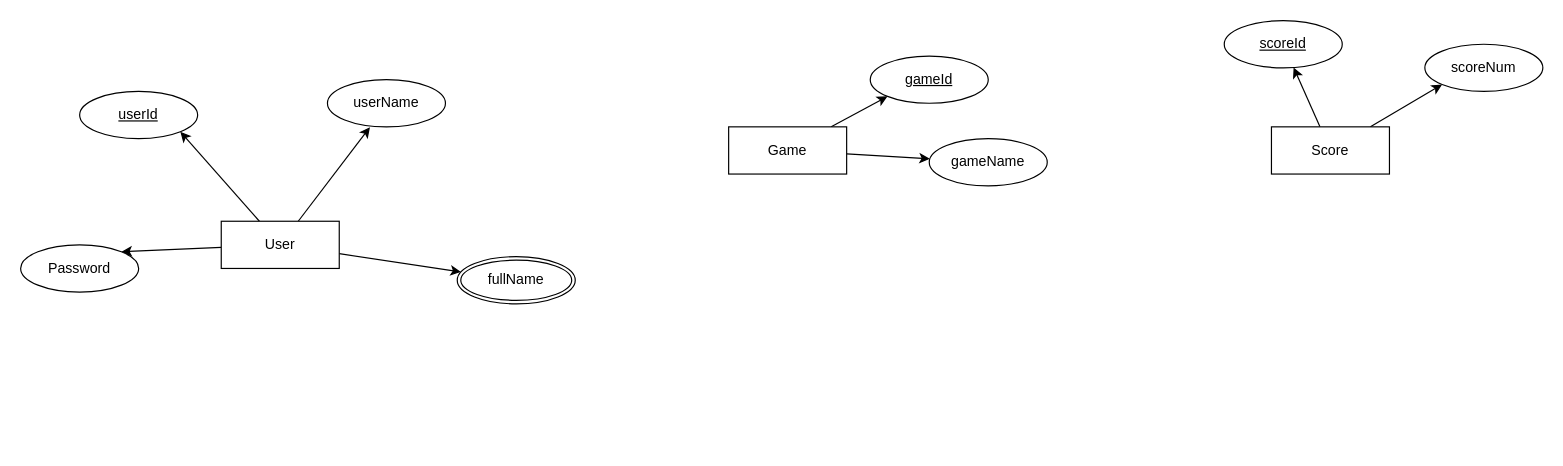
Before: ERD/ERD.drawio in Programming-School-Pro-Coding/Final-Project, a draw.io diagram. Source tidied: cells renumbered, new cells numbered last; positions are measured from the earlier drawing's top-left corner, leaving out a move shared by most shapes. Both pictures are drawn from the tidied source at 118%, with x=0, y=0 at pixel (20, 20).
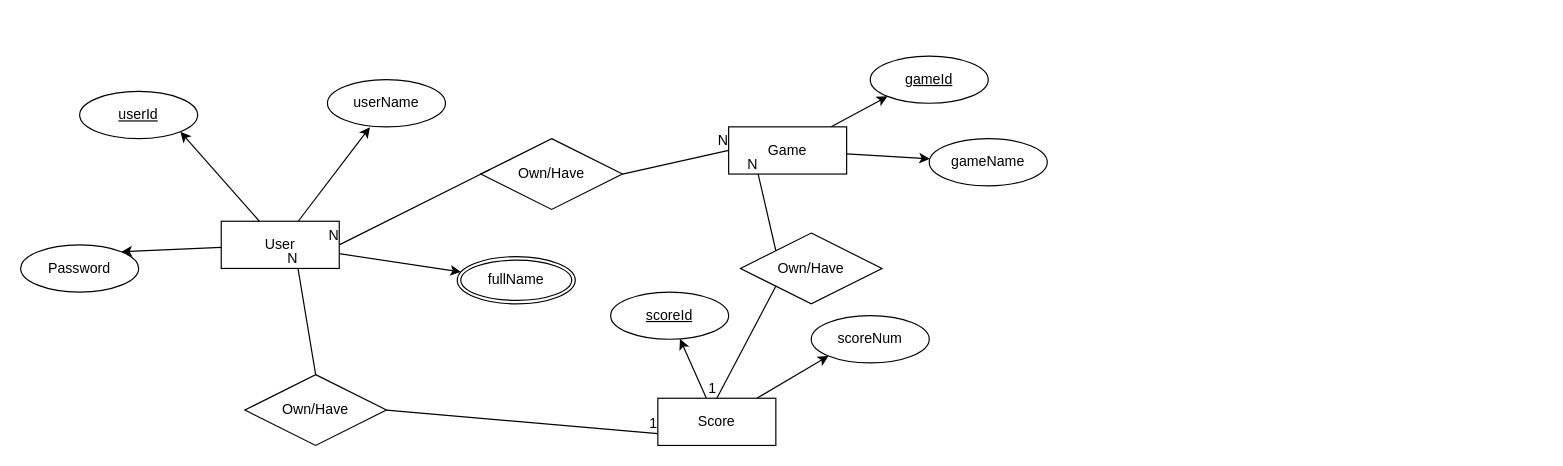
The same diagram, later.

Commit message:
ERD With Adding of Relation Ship

The change refers to these unchanged cells:
```xml
<mxCell id="6" value="User" style="whiteSpace=wrap;html=1;align=center;" parent="1" vertex="1">
  <mxGeometry x="170" y="170" width="100" height="40" as="geometry" />
</mxCell>
<mxCell id="13" value="Game" style="whiteSpace=wrap;html=1;align=center;" parent="1" vertex="1">
  <mxGeometry x="600" y="90" width="100" height="40" as="geometry" />
</mxCell>
```

What changed in the source:
```diff
@@
     <mxCell id="18" value="Score" style="whiteSpace=wrap;html=1;align=center;" parent="1" vertex="1">
-      <mxGeometry x="1060" y="90" width="100" height="40" as="geometry" />
+      <mxGeometry x="540" y="320" width="100" height="40" as="geometry" />
     </mxCell>
     <mxCell id="19" value="scoreId" style="ellipse;whiteSpace=wrap;html=1;align=center;fontStyle=4;" parent="1" vertex="1">
-      <mxGeometry x="1020" width="100" height="40" as="geometry" />
+      <mxGeometry x="500" y="230" width="100" height="40" as="geometry" />
     </mxCell>
     <mxCell id="20" value="scoreNum" style="ellipse;whiteSpace=wrap;html=1;align=center;" parent="1" vertex="1">
-      <mxGeometry x="1190" y="20" width="100" height="40" as="geometry" />
+      <mxGeometry x="670" y="250" width="100" height="40" as="geometry" />
     </mxCell>
+    <mxCell id="21" value="Own/Have" style="shape=rhombus;perimeter=rhombusPerimeter;whiteSpace=wrap;html=1;align=center;" parent="1" vertex="1">
+      <mxGeometry x="390" y="100" width="120" height="60" as="geometry" />
+    </mxCell>
+    <mxCell id="22" style="endArrow=none;html=1;rounded=0;entryX=0;entryY=0.5;entryDx=0;entryDy=0;exitX=1;exitY=0.5;exitDx=0;exitDy=0;" parent="1" edge="1" source="21" target="13">
+      <mxGeometry relative="1" as="geometry" />
+    </mxCell>
+    <mxCell id="23" value="N" style="html=1;align=right;verticalAlign=bottom;" parent="22" vertex="1">
+      <mxGeometry x="1" relative="1" as="geometry" />
+    </mxCell>
+    <mxCell id="24" style="endArrow=none;html=1;rounded=0;entryX=1;entryY=0.5;entryDx=0;entryDy=0;exitX=0.065;exitY=0.435;exitDx=0;exitDy=0;exitPerimeter=0;" parent="1" edge="1" source="21" target="6">
+      <mxGeometry relative="1" as="geometry" />
+    </mxCell>
+    <mxCell id="25" value="N" style="html=1;align=right;verticalAlign=bottom;" parent="24" vertex="1">
+      <mxGeometry x="1" relative="1" as="geometry" />
+    </mxCell>
+    <mxCell id="26" value="Own/Have" style="shape=rhombus;perimeter=rhombusPerimeter;whiteSpace=wrap;html=1;align=center;" parent="1" vertex="1">
+      <mxGeometry x="610" y="180" width="120" height="60" as="geometry" />
+    </mxCell>
+    <mxCell id="27" style="endArrow=none;html=1;rounded=0;entryX=0.25;entryY=1;entryDx=0;entryDy=0;exitX=0;exitY=0;exitDx=0;exitDy=0;" parent="1" edge="1" source="26" target="13">
+      <mxGeometry relative="1" as="geometry" />
+    </mxCell>
+    <mxCell id="28" value="N" style="html=1;align=right;verticalAlign=bottom;" parent="27" vertex="1">
+      <mxGeometry x="1" relative="1" as="geometry" />
+    </mxCell>
+    <mxCell id="29" style="endArrow=none;html=1;rounded=0;entryX=0.5;entryY=0;entryDx=0;entryDy=0;exitX=0;exitY=1;exitDx=0;exitDy=0;" parent="1" edge="1" source="26" target="18">
+      <mxGeometry relative="1" as="geometry" />
+    </mxCell>
+    <mxCell id="30" value="1" style="html=1;align=right;verticalAlign=bottom;" parent="29" vertex="1">
+      <mxGeometry x="1" relative="1" as="geometry" />
+    </mxCell>
+    <mxCell id="31" value="Own/Have" style="shape=rhombus;perimeter=rhombusPerimeter;whiteSpace=wrap;html=1;align=center;" parent="1" vertex="1">
+      <mxGeometry x="190" y="300" width="120" height="60" as="geometry" />
+    </mxCell>
+    <mxCell id="32" style="endArrow=none;html=1;rounded=0;entryX=0.65;entryY=0.995;entryDx=0;entryDy=0;entryPerimeter=0;exitX=0.5;exitY=0;exitDx=0;exitDy=0;" parent="1" edge="1" source="31" target="6">
+      <mxGeometry relative="1" as="geometry" />
+    </mxCell>
+    <mxCell id="33" value="N" style="html=1;align=right;verticalAlign=bottom;" parent="32" vertex="1">
+      <mxGeometry x="1" relative="1" as="geometry" />
+    </mxCell>
+    <mxCell id="34" style="endArrow=none;html=1;rounded=0;entryX=0;entryY=0.75;entryDx=0;entryDy=0;exitX=1;exitY=0.5;exitDx=0;exitDy=0;" parent="1" edge="1" source="31" target="18">
+      <mxGeometry relative="1" as="geometry" />
+    </mxCell>
+    <mxCell id="35" value="1" style="html=1;align=right;verticalAlign=bottom;" parent="34" vertex="1">
+      <mxGeometry x="1" relative="1" as="geometry" />
+    </mxCell>
```
